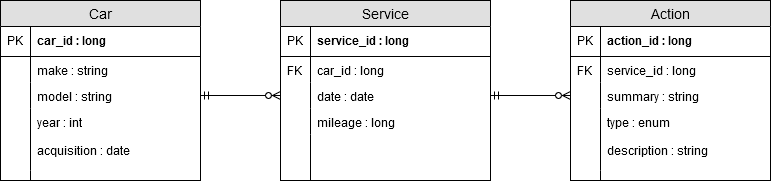
Before: docs/erd.png, a diagram exported from draw.io (khizar-saleem/diy-garage). Source tidied: cells renumbered, new cells last; positions are measured from the earlier drawing's top-left corner, leaving out a move shared by most shapes.
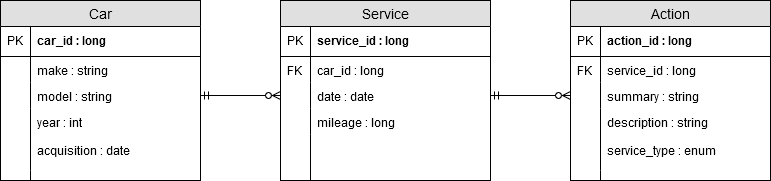
The same diagram one commit later.

Change to the diagram source:
```diff
@@ -92,7 +92,7 @@
     <mxCell id="31" style="shape=partialRectangle;top=0;left=0;bottom=0;fillColor=none;align=left;verticalAlign=top;spacingLeft=4;spacingRight=4;overflow=hidden;fontSize=12;" parent="30" vertex="1">
       <mxGeometry width="30" height="26" as="geometry" />
     </mxCell>
-    <mxCell id="32" value="type : enum&#10;&#10;description : string&#10;" style="shape=partialRectangle;top=0;left=0;right=0;bottom=0;align=left;verticalAlign=top;fillColor=none;spacingLeft=34;spacingRight=4;overflow=hidden;fontSize=12;" parent="25" vertex="1">
+    <mxCell id="32" value="description : string&#10;&#10;service_type : enum" style="shape=partialRectangle;top=0;left=0;right=0;bottom=0;align=left;verticalAlign=top;fillColor=none;spacingLeft=34;spacingRight=4;overflow=hidden;fontSize=12;" parent="25" vertex="1">
       <mxGeometry y="108" width="200" height="62" as="geometry" />
     </mxCell>
     <mxCell id="33" style="shape=partialRectangle;top=0;left=0;bottom=0;fillColor=none;align=left;verticalAlign=top;spacingLeft=4;spacingRight=4;overflow=hidden;fontSize=12;" parent="32" vertex="1">
```
